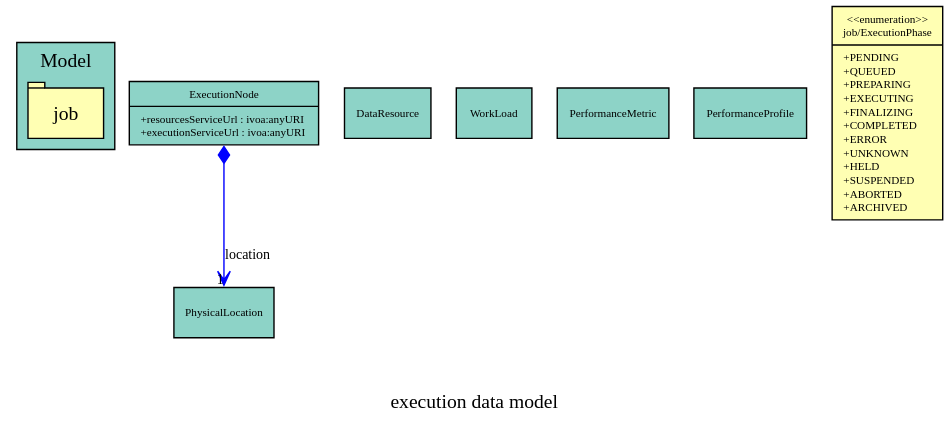
This is generated/ExecutionDM-v1.vo-dml.svg from pahjbo/ExecutionDM, a PlantUML export, as it was before one commit. Its source is kept beside it as generated/schema/ExecutionDM-v1.vo-dml.tap.plantuml. The source it was exported from:
```plantuml
@startuml


skinparam linetype ortho

entity "execution.PhysicalLocation" as execution.PhysicalLocation {

    ID : BIGINT

---


}

entity "execution.ExecutionNode" as execution.ExecutionNode {

    ID : BIGINT

---

    resourcesServiceUrl : VARCHAR
executionServiceUrl : VARCHAR

}

entity "execution.DataResource" as execution.DataResource {

    ID : BIGINT

---


}

entity "execution.WorkLoad" as execution.WorkLoad {

    ID : BIGINT

---


}

entity "execution.PerformanceMetric" as execution.PerformanceMetric {

    ID : BIGINT

---


}

entity "execution.PerformanceProfile" as execution.PerformanceProfile {

    ID : BIGINT

---


}

entity "tool.Author" as tool.Author {

    ID : BIGINT

---

    DISCOVERY_ID : BIGINT
name : VARCHAR
email : VARCHAR
role : VARCHAR
github : VARCHAR
gitlab : VARCHAR
orcid : VARCHAR
affiliation : VARCHAR

---
      DISCOVERY_ID : BIGINT<<FK>>

}

entity "tool.OCIRegistry" as tool.OCIRegistry {

    ID : BIGINT

---

    host : VARCHAR
project : VARCHAR

}

entity "tool.Discovery" as tool.Discovery {

    ID : BIGINT

---

    imageTitle : VARCHAR
description : VARCHAR
source : VARCHAR
url : VARCHAR
documentation : VARCHAR
version : VARCHAR
revision : VARCHAR
created : TIMESTAMP
licenses : VARCHAR
keywords : VARCHAR
domain : VARCHAR
kind : VARCHAR
tools : VARCHAR
deprecated : INTEGER

}

entity "tool.EnvVar" as tool.EnvVar {

    ID : BIGINT

---

    id : VARCHAR
name : VARCHAR
value : VARCHAR

---
      id : VARCHAR<<FK>>

}

entity "tool.ToolImage" as tool.ToolImage {

    ID : BIGINT

---

    registry : BIGINT

---
      registry : BIGINT<<FK>>

}

entity "tool.BuildProcess" as tool.BuildProcess {

    ID : BIGINT

---


}

entity "tool.ToolInterface" as tool.ToolInterface {

    ID : BIGINT

---


}

entity "tool.Tool" as tool.Tool {

    id : VARCHAR

---

    image : BIGINT
command : VARCHAR

---
      image : BIGINT<<FK>>

}

entity "pdl.ParameterOrGroup" as pdl.ParameterOrGroup {

    ID : BIGINT

---

    id : VARCHAR
id : VARCHAR
name : VARCHAR

---
      id : VARCHAR<<FK>>
id : VARCHAR<<FK>>

}

entity "pdl.ParameterDefinition" as pdl.ParameterDefinition {

    ID : BIGINT

---

    PARAMETERGROUP_ID : BIGINT
description : VARCHAR
kind : UNKNOWN
semantics : UNKNOWN

---
      PARAMETERGROUP_ID : BIGINT<<FK>>
ID : BIGINT<<FK>>

}

entity "pdl.ParameterGroup" as pdl.ParameterGroup {

    ID : BIGINT

---

    TOOLINTERFACE_ID : BIGINT

---
      TOOLINTERFACE_ID : BIGINT<<FK>>
ID : BIGINT<<FK>>

}


        tool.Author }o--||tool.Discovery
tool.EnvVar }o--||tool.Tool
tool.ToolImage }o--||tool.OCIRegistry
tool.Tool }o--||tool.ToolImage
pdl.ParameterOrGroup }o--||tool.Tool
pdl.ParameterOrGroup }o--||tool.Tool
pdl.ParameterDefinition }o--||pdl.ParameterGroup
pdl.ParameterDefinition }o--||pdl.ParameterOrGroup
pdl.ParameterGroup }o--||tool.ToolInterface
pdl.ParameterGroup }o--||pdl.ParameterOrGroup



@enduml
```
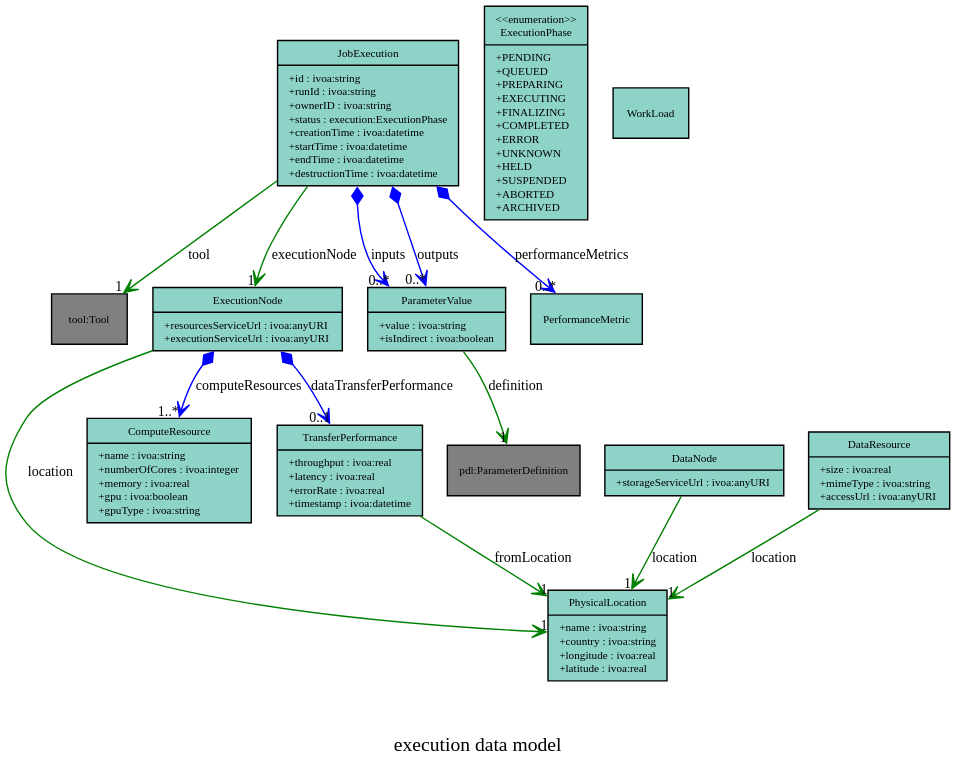
The same file after the commit.

Diff of the diagram source:
```diff
@@ -9,6 +9,10 @@
 
 ---
 
+    name : VARCHAR
+country : VARCHAR
+longitude : DOUBLE
+latitude : DOUBLE
 
 }
 
@@ -20,6 +24,59 @@
 
     resourcesServiceUrl : VARCHAR
 executionServiceUrl : VARCHAR
+location : BIGINT
+
+---
+      location : BIGINT<<FK>>
+
+}
+
+entity "execution.ComputeResource" as execution.ComputeResource {
+
+    ID : BIGINT
+
+---
+
+    EXECUTIONNODE_ID : BIGINT
+name : VARCHAR
+numberOfCores : INTEGER
+memory : DOUBLE
+gpu : INTEGER
+gpuType : VARCHAR
+
+---
+      EXECUTIONNODE_ID : BIGINT<<FK>>
+
+}
+
+entity "execution.TransferPerformance" as execution.TransferPerformance {
+
+    ID : BIGINT
+
+---
+
+    fromLocation : BIGINT
+throughput : DOUBLE
+latency : DOUBLE
+errorRate : DOUBLE
+timestamp : TIMESTAMP
+
+---
+      fromLocation : BIGINT<<FK>>
+
+}
+
+entity "execution.DataNode" as execution.DataNode {
+
+    ID : BIGINT
+
+---
+
+    storageServiceUrl : VARCHAR
+location : BIGINT
+
+---
+      location : BIGINT<<FK>>
 
 }
 
@@ -29,6 +86,13 @@
 
 ---
 
+    location : BIGINT
+size : DOUBLE
+mimeType : VARCHAR
+accessUrl : VARCHAR
+
+---
+      location : BIGINT<<FK>>
 
 }
 
@@ -41,21 +105,57 @@
 
 }
 
+entity "execution.ParameterValue" as execution.ParameterValue {
+
+    ID : BIGINT
+
+---
+
+    id : VARCHAR
+id : VARCHAR
+definition : BIGINT
+value : VARCHAR
+isIndirect : INTEGER
+
+---
+      definition : BIGINT<<FK>>
+id : VARCHAR<<FK>>
+id : VARCHAR<<FK>>
+
+}
+
+entity "execution.JobExecution" as execution.JobExecution {
+
+    id : VARCHAR
+
+---
+
+    runId : VARCHAR
+ownerID : VARCHAR
+tool : VARCHAR
+status : VARCHAR
+executionNode : BIGINT
+creationTime : TIMESTAMP
+startTime : TIMESTAMP
+endTime : TIMESTAMP
+destructionTime : TIMESTAMP
+
+---
+      tool : VARCHAR<<FK>>
+executionNode : BIGINT<<FK>>
+
+}
+
 entity "execution.PerformanceMetric" as execution.PerformanceMetric {
 
     ID : BIGINT
 
 ---
 
-
-}
-
-entity "execution.PerformanceProfile" as execution.PerformanceProfile {
-
-    ID : BIGINT
+    id : VARCHAR
 
 ---
-
+      id : VARCHAR<<FK>>
 
 }
 
@@ -65,17 +165,13 @@
 
 ---
 
-    DISCOVERY_ID : BIGINT
-name : VARCHAR
+    name : VARCHAR
 email : VARCHAR
 role : VARCHAR
 github : VARCHAR
 gitlab : VARCHAR
 orcid : VARCHAR
 affiliation : VARCHAR
-
----
-      DISCOVERY_ID : BIGINT<<FK>>
 
 }
 
@@ -104,12 +200,17 @@
 version : VARCHAR
 revision : VARCHAR
 created : TIMESTAMP
+authors : BIGINT
 licenses : VARCHAR
 keywords : VARCHAR
 domain : VARCHAR
 kind : VARCHAR
 tools : VARCHAR
+isBase : INTEGER
 deprecated : INTEGER
+
+---
+      authors : BIGINT<<FK>>
 
 }
 
@@ -128,6 +229,43 @@
 
 }
 
+entity "tool.Vulnerability" as tool.Vulnerability {
+
+    ID : BIGINT
+
+---
+
+    SECURITYMETADATA_ID : BIGINT
+cve : VARCHAR
+
+---
+      SECURITYMETADATA_ID : BIGINT<<FK>>
+
+}
+
+entity "tool.Compliance" as tool.Compliance {
+
+    ID : BIGINT
+
+---
+
+    SECURITYMETADATA_ID : BIGINT
+
+---
+      SECURITYMETADATA_ID : BIGINT<<FK>>
+
+}
+
+entity "tool.SecurityMetadata" as tool.SecurityMetadata {
+
+    ID : BIGINT
+
+---
+
+    signature : VARCHAR
+
+}
+
 entity "tool.ToolImage" as tool.ToolImage {
 
     ID : BIGINT
@@ -135,9 +273,11 @@
 ---
 
     registry : BIGINT
+parentImage : BIGINT
 
 ---
       registry : BIGINT<<FK>>
+parentImage : BIGINT<<FK>>
 
 }
 
@@ -147,15 +287,9 @@
 
 ---
 
-
-}
-
-entity "tool.ToolInterface" as tool.ToolInterface {
-
-    ID : BIGINT
-
----
-
+    buildCommand : VARCHAR
+buildContext : VARCHAR
+dockerfilePath : VARCHAR
 
 }
 
@@ -173,19 +307,30 @@
 
 }
 
-entity "pdl.ParameterOrGroup" as pdl.ParameterOrGroup {
+entity "tool.PerformanceProfile" as tool.PerformanceProfile {
 
     ID : BIGINT
 
 ---
 
-    id : VARCHAR
-id : VARCHAR
-name : VARCHAR
+
+}
+
+entity "tool.ProcessorScaling" as tool.ProcessorScaling {
+
+    ID : BIGINT
 
 ---
-      id : VARCHAR<<FK>>
-id : VARCHAR<<FK>>
+
+
+}
+
+entity "tool.DataScaling" as tool.DataScaling {
+
+    ID : BIGINT
+
+---
+
 
 }
 
@@ -195,14 +340,14 @@
 
 ---
 
-    PARAMETERGROUP_ID : BIGINT
+    TOOLINTERFACE_ID : BIGINT
+name : VARCHAR
 description : VARCHAR
 kind : UNKNOWN
-semantics : UNKNOWN
+semantics_ucd : VARCHAR
 
 ---
-      PARAMETERGROUP_ID : BIGINT<<FK>>
-ID : BIGINT<<FK>>
+      TOOLINTERFACE_ID : BIGINT<<FK>>
 
 }
 
@@ -213,24 +358,71 @@
 ---
 
     TOOLINTERFACE_ID : BIGINT
+name : VARCHAR
 
 ---
       TOOLINTERFACE_ID : BIGINT<<FK>>
-ID : BIGINT<<FK>>
+
+}
+
+entity "pdl.ParameterOrGroup" as pdl.ParameterOrGroup {
+
+    ID : BIGINT
+
+---
+
+    PARAMETERGROUP_ID : BIGINT
+param : BIGINT
+group : BIGINT
+
+---
+      param : BIGINT<<FK>>
+group : BIGINT<<FK>>
+PARAMETERGROUP_ID : BIGINT<<FK>>
+
+}
+
+entity "pdl.ToolInterface" as pdl.ToolInterface {
+
+    ID : BIGINT
+
+---
+
+    input : BIGINT
+output : BIGINT
+
+---
+      input : BIGINT<<FK>>
+output : BIGINT<<FK>>
 
 }
 
 
-        tool.Author }o--||tool.Discovery
+        execution.ExecutionNode }o--||execution.PhysicalLocation
+execution.ComputeResource }o--||execution.ExecutionNode
+execution.TransferPerformance }o--||execution.PhysicalLocation
+execution.DataNode }o--||execution.PhysicalLocation
+execution.DataResource }o--||execution.PhysicalLocation
+execution.ParameterValue }o--||pdl.ParameterDefinition
+execution.ParameterValue }o--||execution.JobExecution
+execution.ParameterValue }o--||execution.JobExecution
+execution.JobExecution }o--||tool.Tool
+execution.JobExecution }o--||execution.ExecutionNode
+execution.PerformanceMetric }o--||execution.JobExecution
+tool.Discovery }o--||tool.Author
 tool.EnvVar }o--||tool.Tool
+tool.Vulnerability }o--||tool.SecurityMetadata
+tool.Compliance }o--||tool.SecurityMetadata
 tool.ToolImage }o--||tool.OCIRegistry
+tool.ToolImage }o--||tool.ToolImage
 tool.Tool }o--||tool.ToolImage
-pdl.ParameterOrGroup }o--||tool.Tool
-pdl.ParameterOrGroup }o--||tool.Tool
-pdl.ParameterDefinition }o--||pdl.ParameterGroup
-pdl.ParameterDefinition }o--||pdl.ParameterOrGroup
-pdl.ParameterGroup }o--||tool.ToolInterface
-pdl.ParameterGroup }o--||pdl.ParameterOrGroup
+pdl.ParameterDefinition }o--||pdl.ToolInterface
+pdl.ParameterGroup }o--||pdl.ToolInterface
+pdl.ParameterOrGroup }o--||pdl.ParameterDefinition
+pdl.ParameterOrGroup }o--||pdl.ParameterGroup
+pdl.ParameterOrGroup }o--||pdl.ParameterGroup
+pdl.ToolInterface }o--||pdl.ParameterGroup
+pdl.ToolInterface }o--||pdl.ParameterGroup
 
 
 
```
